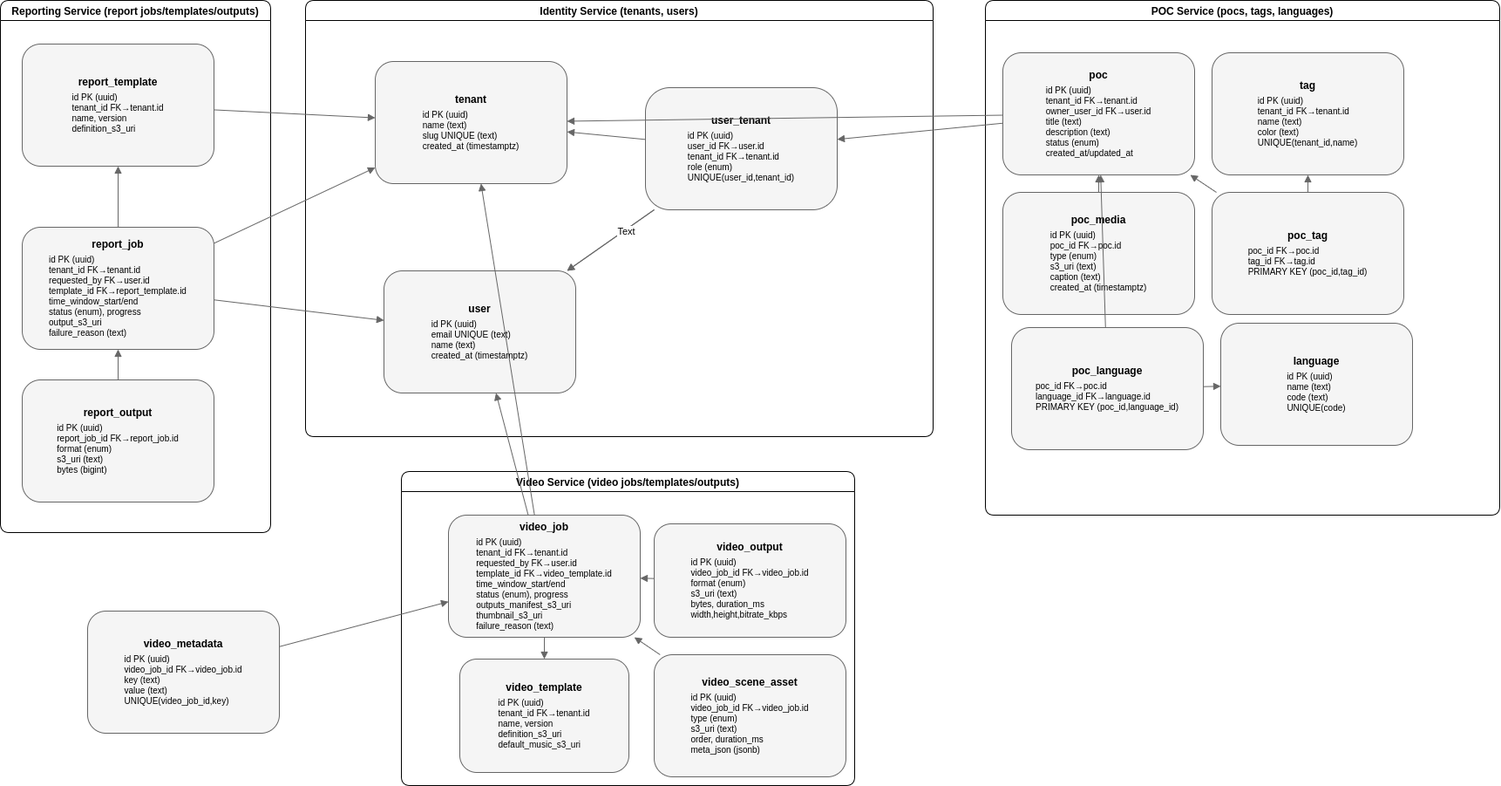
Above: architecture/poc-tracker/img.uml.er-microservices.png in codegik/team-red (draw.io), before the change. Source tidied: cells renumbered, new cells last; positions are measured from the earlier drawing's top-left corner, leaving out a move shared by most shapes.
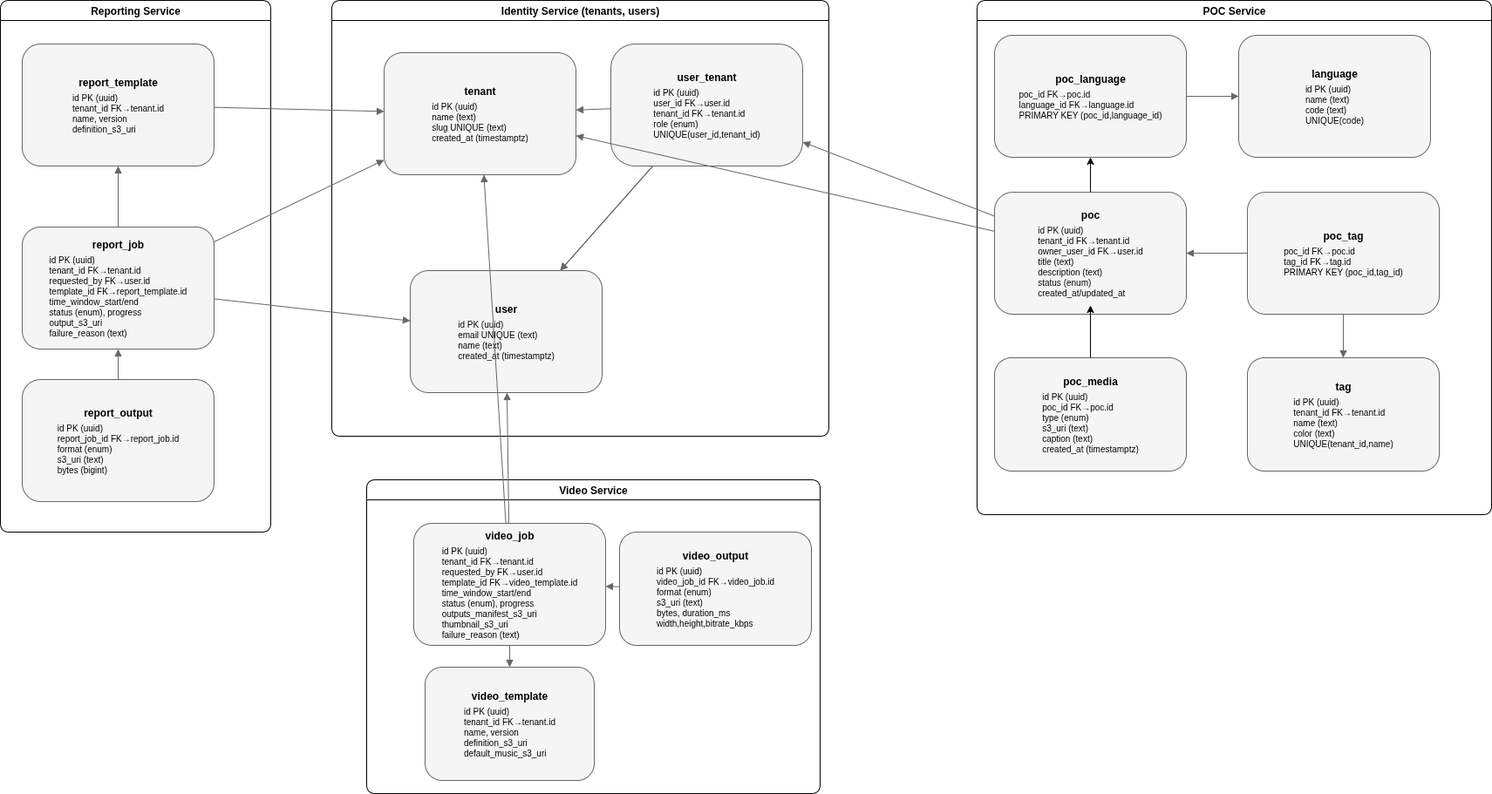
The same file after the commit.

Commit message:
fixing uml and adding more description to each services, changing video architeture

What changed in the source:
```diff
@@ -3,16 +3,16 @@
     <mxCell id="0" />
     <mxCell id="1" parent="0" />
     <mxCell id="2" value="Identity Service (tenants, users)" style="swimlane;rounded=1;fontSize=12;" parent="1" vertex="1">
-      <mxGeometry x="350" width="720" height="500" as="geometry" />
+      <mxGeometry x="380" y="-10" width="570" height="500" as="geometry" />
     </mxCell>
     <mxCell id="3" value="&lt;b&gt;tenant&lt;/b&gt;&lt;br/&gt;&lt;div style='font-size:10px;text-align:left;padding-top:4px'&gt;id PK (uuid)&lt;br/&gt;name (text)&lt;br/&gt;slug UNIQUE (text)&lt;br/&gt;created_at (timestamptz)&lt;/div&gt;" style="rounded=1;whiteSpace=wrap;html=1;strokeColor=#666;fillColor=#f5f5f5;" parent="2" vertex="1">
-      <mxGeometry x="80" y="70" width="220" height="140" as="geometry" />
+      <mxGeometry x="60" y="60" width="220" height="140" as="geometry" />
     </mxCell>
     <mxCell id="4" value="&lt;b&gt;user&lt;/b&gt;&lt;br/&gt;&lt;div style='font-size:10px;text-align:left;padding-top:4px'&gt;id PK (uuid)&lt;br/&gt;email UNIQUE (text)&lt;br/&gt;name (text)&lt;br/&gt;created_at (timestamptz)&lt;/div&gt;" style="rounded=1;whiteSpace=wrap;html=1;strokeColor=#666;fillColor=#f5f5f5;" parent="2" vertex="1">
       <mxGeometry x="90" y="310" width="220" height="140" as="geometry" />
     </mxCell>
     <mxCell id="5" value="&lt;b&gt;user_tenant&lt;/b&gt;&lt;br/&gt;&lt;div style='font-size:10px;text-align:left;padding-top:4px'&gt;id PK (uuid)&lt;br/&gt;user_id FK→user.id&lt;br/&gt;tenant_id FK→tenant.id&lt;br/&gt;role (enum)&lt;br/&gt;UNIQUE(user_id,tenant_id)&lt;/div&gt;" style="rounded=1;whiteSpace=wrap;html=1;strokeColor=#666;fillColor=#f5f5f5;arcSize=20;" parent="2" vertex="1">
-      <mxGeometry x="390" y="100" width="220" height="140" as="geometry" />
+      <mxGeometry x="320" y="50" width="220" height="140" as="geometry" />
     </mxCell>
     <mxCell id="6" style="endArrow=block;rounded=0;strokeColor=#666;" parent="2" edge="1" source="5" target="4">
       <mxGeometry relative="1" as="geometry" />
@@ -23,37 +23,40 @@
     <mxCell id="8" style="endArrow=block;rounded=0;strokeColor=#666;" parent="2" edge="1" source="5" target="4">
       <mxGeometry relative="1" as="geometry" />
     </mxCell>
-    <mxCell id="9" value="Text" style="edgeLabel;html=1;align=center;verticalAlign=middle;" parent="8" vertex="1">
-      <mxGeometry x="-0.34" relative="1" as="geometry">
-        <mxPoint y="1" as="offset" />
-      </mxGeometry>
-    </mxCell>
-    <mxCell id="10" value="POC Service (pocs, tags, languages)" style="swimlane;rounded=1;fontSize=12;" parent="1" vertex="1">
-      <mxGeometry x="1130" width="590" height="590" as="geometry" />
+    <mxCell id="10" value="POC Service" style="swimlane;rounded=1;fontSize=12;" parent="1" vertex="1">
+      <mxGeometry x="1120" y="-10" width="590" height="590" as="geometry" />
     </mxCell>
+    <mxCell id="45" style="edgeStyle=none;html=1;" parent="10" edge="1" source="11" target="14">
+      <mxGeometry relative="1" as="geometry" />
+    </mxCell>
     <mxCell id="11" value="&lt;b&gt;poc&lt;/b&gt;&lt;br/&gt;&lt;div style='font-size:10px;text-align:left;padding-top:4px'&gt;id PK (uuid)&lt;br/&gt;tenant_id FK→tenant.id&lt;br/&gt;owner_user_id FK→user.id&lt;br/&gt;title (text)&lt;br/&gt;description (text)&lt;br/&gt;status (enum)&lt;br/&gt;created_at/updated_at&lt;/div&gt;" style="rounded=1;whiteSpace=wrap;html=1;strokeColor=#666;fillColor=#f5f5f5;" parent="10" vertex="1">
-      <mxGeometry x="20" y="60" width="220" height="140" as="geometry" />
+      <mxGeometry x="20" y="220" width="220" height="140" as="geometry" />
     </mxCell>
     <mxCell id="12" value="&lt;b&gt;tag&lt;/b&gt;&lt;br/&gt;&lt;div style='font-size:10px;text-align:left;padding-top:4px'&gt;id PK (uuid)&lt;br/&gt;tenant_id FK→tenant.id&lt;br/&gt;name (text)&lt;br/&gt;color (text)&lt;br/&gt;UNIQUE(tenant_id,name)&lt;/div&gt;" style="rounded=1;whiteSpace=wrap;html=1;strokeColor=#666;fillColor=#f5f5f5;" parent="10" vertex="1">
-      <mxGeometry x="260" y="60" width="220" height="140" as="geometry" />
+      <mxGeometry x="310" y="410" width="220" height="130" as="geometry" />
     </mxCell>
     <mxCell id="13" value="&lt;b&gt;poc_tag&lt;/b&gt;&lt;br/&gt;&lt;div style='font-size:10px;text-align:left;padding-top:4px'&gt;poc_id FK→poc.id&lt;br/&gt;tag_id FK→tag.id&lt;br/&gt;PRIMARY KEY (poc_id,tag_id)&lt;/div&gt;" style="rounded=1;whiteSpace=wrap;html=1;strokeColor=#666;fillColor=#f5f5f5;" parent="10" vertex="1">
-      <mxGeometry x="260" y="220" width="220" height="140" as="geometry" />
+      <mxGeometry x="310" y="220" width="220" height="140" as="geometry" />
     </mxCell>
     <mxCell id="14" value="&lt;b&gt;poc_language&lt;/b&gt;&lt;br/&gt;&lt;div style='font-size:10px;text-align:left;padding-top:4px'&gt;poc_id FK→poc.id&lt;br/&gt;language_id FK→language.id&lt;br/&gt;PRIMARY KEY (poc_id,language_id)&lt;/div&gt;" style="rounded=1;whiteSpace=wrap;html=1;strokeColor=#666;fillColor=#f5f5f5;" parent="10" vertex="1">
-      <mxGeometry x="30" y="375" width="220" height="140" as="geometry" />
+      <mxGeometry x="20" y="40" width="220" height="140" as="geometry" />
     </mxCell>
     <mxCell id="15" value="&lt;b&gt;poc_media&lt;/b&gt;&lt;br/&gt;&lt;div style='font-size:10px;text-align:left;padding-top:4px'&gt;id PK (uuid)&lt;br/&gt;poc_id FK→poc.id&lt;br/&gt;type (enum)&lt;br/&gt;s3_uri (text)&lt;br/&gt;caption (text)&lt;br/&gt;created_at (timestamptz)&lt;/div&gt;" style="rounded=1;whiteSpace=wrap;html=1;strokeColor=#666;fillColor=#f5f5f5;" parent="10" vertex="1">
-      <mxGeometry x="20" y="220" width="220" height="140" as="geometry" />
+      <mxGeometry x="20" y="410" width="220" height="130" as="geometry" />
     </mxCell>
     <mxCell id="16" value="&lt;b&gt;language&lt;/b&gt;&lt;br/&gt;&lt;div style='font-size:10px;text-align:left;padding-top:4px'&gt;id PK (uuid)&lt;br/&gt;name (text)&lt;br/&gt;code (text)&lt;br/&gt;UNIQUE(code)&lt;/div&gt;" style="rounded=1;whiteSpace=wrap;html=1;strokeColor=#666;fillColor=#f5f5f5;" parent="10" vertex="1">
-      <mxGeometry x="270" y="370" width="220" height="140" as="geometry" />
+      <mxGeometry x="300" y="40" width="220" height="140" as="geometry" />
     </mxCell>
     <mxCell id="17" style="endArrow=block;rounded=0;strokeColor=#666;" parent="10" edge="1" source="14" target="16">
       <mxGeometry relative="1" as="geometry" />
     </mxCell>
+    <mxCell id="46" style="edgeStyle=none;html=1;" parent="10" edge="1" source="15">
+      <mxGeometry relative="1" as="geometry">
+        <mxPoint x="130" y="350" as="targetPoint" />
+      </mxGeometry>
+    </mxCell>
-    <mxCell id="18" value="Video Service (video jobs/templates/outputs)" style="swimlane;rounded=1;fontSize=12;" parent="1" vertex="1">
-      <mxGeometry x="460" y="540" width="520" height="360" as="geometry" />
+    <mxCell id="18" value="Video Service" style="swimlane;rounded=1;fontSize=12;" parent="1" vertex="1">
+      <mxGeometry x="420" y="540" width="520" height="360" as="geometry" />
     </mxCell>
     <mxCell id="19" value="&lt;b&gt;video_template&lt;/b&gt;&lt;br/&gt;&lt;div style='font-size:10px;text-align:left;padding-top:4px'&gt;id PK (uuid)&lt;br/&gt;tenant_id FK→tenant.id&lt;br/&gt;name, version&lt;br/&gt;definition_s3_uri&lt;br/&gt;default_music_s3_uri&lt;/div&gt;" style="rounded=1;whiteSpace=wrap;html=1;strokeColor=#666;fillColor=#f5f5f5;" parent="18" vertex="1">
       <mxGeometry x="67" y="215" width="194" height="130" as="geometry" />
@@ -61,14 +64,11 @@
     <mxCell id="20" value="&lt;b&gt;video_job&lt;/b&gt;&lt;br/&gt;&lt;div style='font-size:10px;text-align:left;padding-top:4px'&gt;id PK (uuid)&lt;br/&gt;tenant_id FK→tenant.id&lt;br/&gt;requested_by FK→user.id&lt;br/&gt;template_id FK→video_template.id&lt;br/&gt;time_window_start/end&lt;br/&gt;status (enum), progress&lt;br/&gt;outputs_manifest_s3_uri&lt;br/&gt;thumbnail_s3_uri&lt;br/&gt;failure_reason (text)&lt;/div&gt;" style="rounded=1;whiteSpace=wrap;html=1;strokeColor=#666;fillColor=#f5f5f5;" parent="18" vertex="1">
       <mxGeometry x="54" y="50" width="220" height="140" as="geometry" />
     </mxCell>
-    <mxCell id="21" value="&lt;b&gt;video_scene_asset&lt;/b&gt;&lt;br/&gt;&lt;div style='font-size:10px;text-align:left;padding-top:4px'&gt;id PK (uuid)&lt;br/&gt;video_job_id FK→video_job.id&lt;br/&gt;type (enum)&lt;br/&gt;s3_uri (text)&lt;br/&gt;order, duration_ms&lt;br/&gt;meta_json (jsonb)&lt;/div&gt;" style="rounded=1;whiteSpace=wrap;html=1;strokeColor=#666;fillColor=#f5f5f5;" parent="18" vertex="1">
-      <mxGeometry x="290" y="210" width="220" height="140" as="geometry" />
-    </mxCell>
     <mxCell id="22" value="&lt;b&gt;video_output&lt;/b&gt;&lt;br/&gt;&lt;div style='font-size:10px;text-align:left;padding-top:4px'&gt;id PK (uuid)&lt;br/&gt;video_job_id FK→video_job.id&lt;br/&gt;format (enum)&lt;br/&gt;s3_uri (text)&lt;br/&gt;bytes, duration_ms&lt;br/&gt;width,height,bitrate_kbps&lt;/div&gt;" style="rounded=1;whiteSpace=wrap;html=1;strokeColor=#666;fillColor=#f5f5f5;" parent="18" vertex="1">
       <mxGeometry x="290" y="60" width="220" height="130" as="geometry" />
     </mxCell>
-    <mxCell id="23" value="Reporting Service (report jobs/templates/outputs)" style="swimlane;rounded=1;fontSize=12;" parent="1" vertex="1">
-      <mxGeometry width="310" height="610" as="geometry" />
+    <mxCell id="23" value="Reporting Service" style="swimlane;rounded=1;fontSize=12;" parent="1" vertex="1">
+      <mxGeometry y="-10" width="310" height="610" as="geometry" />
     </mxCell>
     <mxCell id="24" value="&lt;b&gt;report_template&lt;/b&gt;&lt;br/&gt;&lt;div style='font-size:10px;text-align:left;padding-top:4px'&gt;id PK (uuid)&lt;br/&gt;tenant_id FK→tenant.id&lt;br/&gt;name, version&lt;br/&gt;definition_s3_uri&lt;/div&gt;" style="rounded=1;whiteSpace=wrap;html=1;strokeColor=#666;fillColor=#f5f5f5;" parent="23" vertex="1">
       <mxGeometry x="25" y="50" width="220" height="140" as="geometry" />
@@ -94,12 +94,6 @@
     <mxCell id="31" style="endArrow=block;rounded=0;strokeColor=#666;" parent="1" edge="1" source="13" target="12">
       <mxGeometry relative="1" as="geometry" />
     </mxCell>
-    <mxCell id="32" style="endArrow=block;rounded=0;strokeColor=#666;" parent="1" edge="1" source="14" target="11">
-      <mxGeometry relative="1" as="geometry" />
-    </mxCell>
-    <mxCell id="33" style="endArrow=block;rounded=0;strokeColor=#666;" parent="1" edge="1" source="15" target="11">
-      <mxGeometry relative="1" as="geometry" />
-    </mxCell>
     <mxCell id="34" style="endArrow=block;rounded=0;strokeColor=#666;" parent="1" edge="1" source="20" target="3">
       <mxGeometry relative="1" as="geometry" />
     </mxCell>
@@ -109,15 +103,9 @@
     <mxCell id="36" style="endArrow=block;rounded=0;strokeColor=#666;" parent="1" edge="1" source="20" target="19">
       <mxGeometry relative="1" as="geometry" />
     </mxCell>
-    <mxCell id="37" style="endArrow=block;rounded=0;strokeColor=#666;" parent="1" edge="1" source="21" target="20">
-      <mxGeometry relative="1" as="geometry" />
-    </mxCell>
     <mxCell id="38" style="endArrow=block;rounded=0;strokeColor=#666;" parent="1" edge="1" source="22" target="20">
       <mxGeometry relative="1" as="geometry" />
     </mxCell>
-    <mxCell id="39" style="endArrow=block;rounded=0;strokeColor=#666;" parent="1" edge="1" source="44" target="20">
-      <mxGeometry relative="1" as="geometry" />
-    </mxCell>
     <mxCell id="40" style="endArrow=block;rounded=0;strokeColor=#666;" parent="1" edge="1" source="24" target="3">
       <mxGeometry relative="1" as="geometry" />
     </mxCell>
@@ -130,8 +118,5 @@
     <mxCell id="43" style="endArrow=block;rounded=0;strokeColor=#666;" parent="1" edge="1" source="11" target="5">
       <mxGeometry relative="1" as="geometry" />
     </mxCell>
-    <mxCell id="44" value="&lt;b&gt;video_metadata&lt;/b&gt;&lt;br/&gt;&lt;div style='font-size:10px;text-align:left;padding-top:4px'&gt;id PK (uuid)&lt;br/&gt;video_job_id FK→video_job.id&lt;br/&gt;key (text)&lt;br/&gt;value (text)&lt;br/&gt;UNIQUE(video_job_id,key)&lt;/div&gt;" style="rounded=1;whiteSpace=wrap;html=1;strokeColor=#666;fillColor=#f5f5f5;" parent="1" vertex="1">
-      <mxGeometry x="100" y="700" width="220" height="140" as="geometry" />
-    </mxCell>
   </root>
 </mxGraphModel>
```
